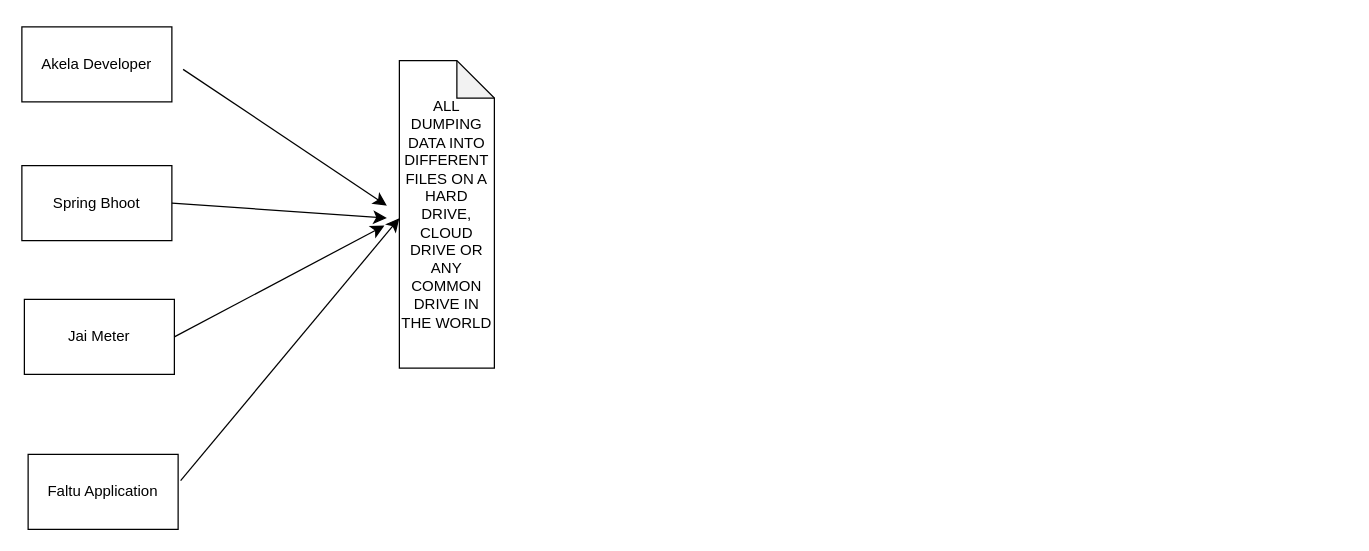
Earlier version of the draw.io diagram Prometh.drawio (anshuldevmehta/RandomDiagrams). Source tidied: cells renumbered, new cells numbered last; positions are measured from the earlier drawing's top-left corner, leaving out a move shared by most shapes. Both pictures are drawn from the tidied source at 125%, with x=0, y=0 at pixel (21, 26).
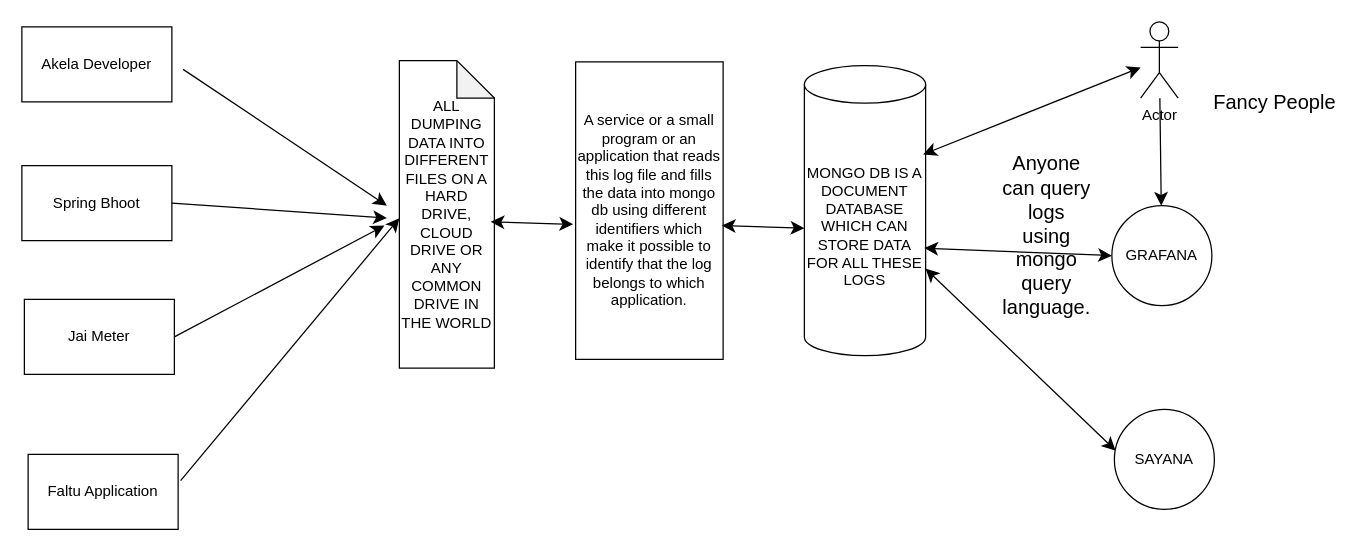
The same diagram, later.

Diff of the diagram source:
```diff
@@
+    <mxCell id="11" value="MONGO DB IS A DOCUMENT DATABASE WHICH CAN STORE DATA FOR ALL THESE LOGS " style="shape=cylinder3;whiteSpace=wrap;html=1;boundedLbl=1;backgroundOutline=1;size=15;" parent="1" vertex="1">
+      <mxGeometry x="626" y="31" width="97" height="232" as="geometry" />
+    </mxCell>
+    <mxCell id="12" value="A service or a small program or an application that reads this log file and fills the data into mongo db using different identifiers which make it possible to identify that the log belongs to which application." style="rounded=0;whiteSpace=wrap;html=1;" parent="1" vertex="1">
+      <mxGeometry x="443" y="28" width="118" height="238" as="geometry" />
+    </mxCell>
+    <mxCell id="13" style="endArrow=classic;startArrow=classic;html=1;rounded=0;fontSize=12;startSize=8;endSize=8;curved=1;entryX=-0.017;entryY=0.546;entryDx=0;entryDy=0;entryPerimeter=0;" parent="1" edge="1" target="12">
+      <mxGeometry relative="1" as="geometry">
+        <mxPoint x="375" y="156" as="sourcePoint" />
+      </mxGeometry>
+    </mxCell>
+    <mxCell id="14" style="edgeStyle=none;curved=1;rounded=0;jettySize=auto;html=1;fontSize=12;startSize=8;endSize=8;" parent="1" edge="1" source="15" target="17">
+      <mxGeometry relative="1" as="geometry" />
+    </mxCell>
+    <mxCell id="15" value="Actor" style="shape=umlActor;verticalLabelPosition=bottom;verticalAlign=top;html=1;outlineConnect=0;" parent="1" vertex="1">
+      <mxGeometry x="895" y="-4" width="30" height="61" as="geometry" />
+    </mxCell>
+    <mxCell id="16" style="endArrow=classic;startArrow=classic;html=1;rounded=0;fontSize=12;startSize=8;endSize=8;curved=1;entryX=-0.017;entryY=0.546;entryDx=0;entryDy=0;entryPerimeter=0;" parent="1" edge="1">
+      <mxGeometry relative="1" as="geometry">
+        <mxPoint x="560" y="159" as="sourcePoint" />
+        <mxPoint x="626" y="161" as="targetPoint" />
+      </mxGeometry>
+    </mxCell>
+    <mxCell id="17" value="GRAFANA" style="ellipse;whiteSpace=wrap;html=1;" parent="1" vertex="1">
+      <mxGeometry x="872" y="143" width="80" height="80" as="geometry" />
+    </mxCell>
+    <mxCell id="18" value="SAYANA" style="ellipse;whiteSpace=wrap;html=1;" parent="1" vertex="1">
+      <mxGeometry x="874" y="306" width="80" height="80" as="geometry" />
+    </mxCell>
+    <mxCell id="19" value="Fancy People" style="text;html=1;align=center;verticalAlign=middle;strokeColor=none;fillColor=none;fontSize=16;" parent="1" vertex="1">
+      <mxGeometry x="944" y="44" width="116" height="31" as="geometry" />
+    </mxCell>
+    <mxCell id="20" style="endArrow=classic;startArrow=classic;html=1;rounded=0;fontSize=12;startSize=8;endSize=8;curved=1;" parent="1" edge="1" source="11">
+      <mxGeometry relative="1" as="geometry">
+        <mxPoint x="875" y="339" as="targetPoint" />
+      </mxGeometry>
+    </mxCell>
+    <mxCell id="21" style="endArrow=classic;startArrow=classic;html=1;rounded=0;fontSize=12;startSize=8;endSize=8;curved=1;entryX=0;entryY=0.5;entryDx=0;entryDy=0;" parent="1" edge="1" target="17">
+      <mxGeometry relative="1" as="geometry">
+        <mxPoint x="722" y="177" as="sourcePoint" />
+      </mxGeometry>
+    </mxCell>
+    <mxCell id="22" style="endArrow=classic;startArrow=classic;html=1;rounded=0;fontSize=12;startSize=8;endSize=8;curved=1;" parent="1" edge="1" target="15">
+      <mxGeometry relative="1" as="geometry">
+        <mxPoint x="721" y="102" as="sourcePoint" />
+      </mxGeometry>
+    </mxCell>
+    <mxCell id="23" value="Anyone can query logs using mongo query language." style="text;html=1;align=center;verticalAlign=middle;whiteSpace=wrap;rounded=0;fontSize=16;" parent="1" vertex="1">
+      <mxGeometry x="784" y="86" width="72" height="161" as="geometry" />
+    </mxCell>
```
